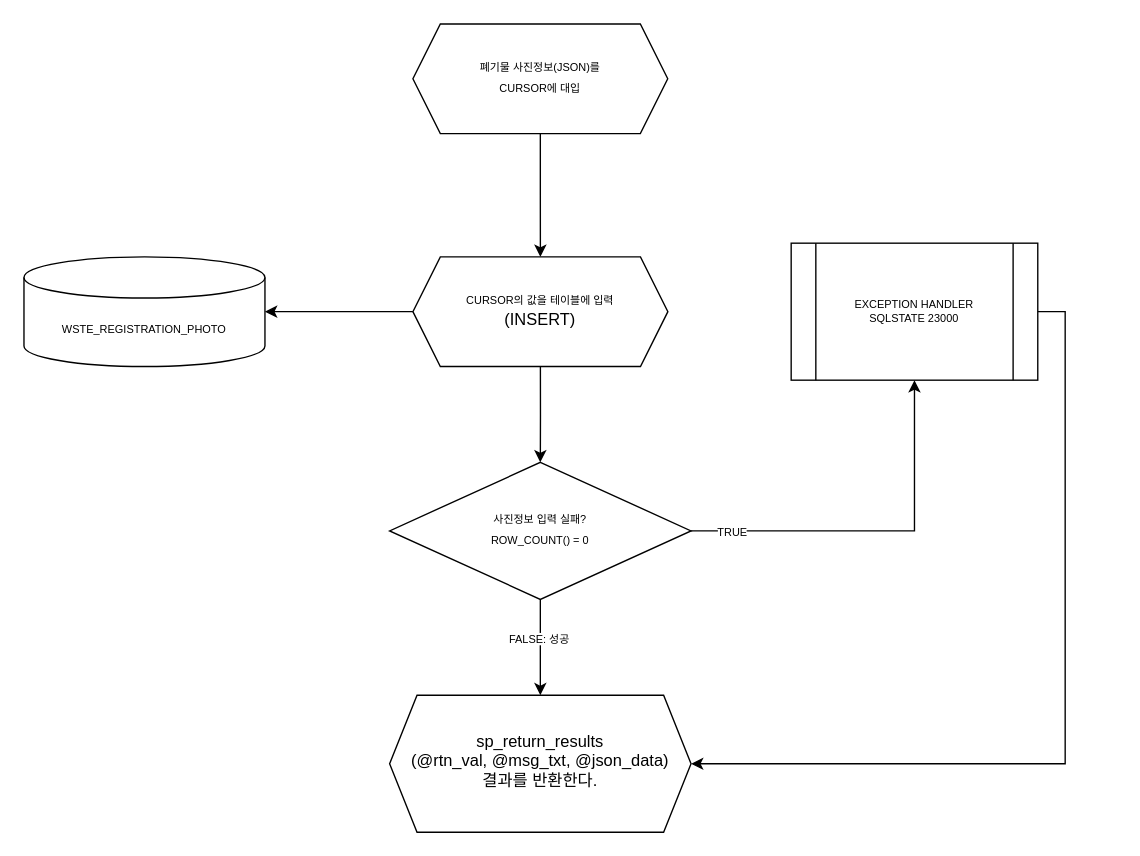
Before: drawio/sp_create_site_wste_photo_information.drawio in Leo-Nam/stored-procedures, a draw.io diagram. Source tidied: cells renumbered, new cells numbered last; positions are measured from the earlier drawing's top-left corner, leaving out a move shared by most shapes. Both pictures are drawn from the tidied source at 137%, with x=0, y=0 at pixel (23, 23).
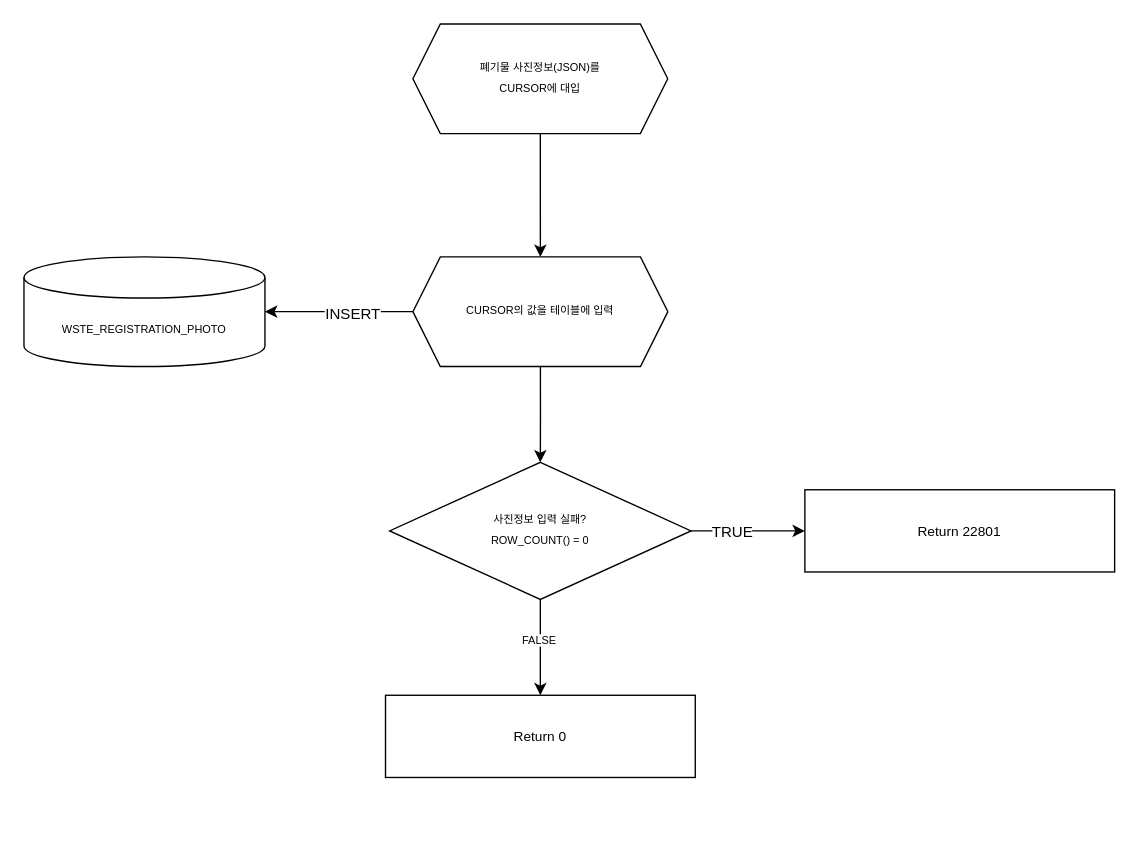
The same page after the edit.

The edit, as a diff of the source:
```diff
@@
 <mxGraphModel>
   <root>
     <mxCell id="0" />
     <mxCell id="1" parent="0" />
     <mxCell id="2" value="&lt;span style=&quot;font-size: 8px&quot;&gt;폐기물 사진정보(JSON)를 &lt;br&gt;CURSOR에 대입&lt;/span&gt;" style="shape=hexagon;perimeter=hexagonPerimeter2;whiteSpace=wrap;html=1;fixedSize=1;shadow=0;strokeWidth=1;spacing=6;spacingTop=-4;" parent="1" vertex="1">
       <mxGeometry x="283.9" width="186" height="80" as="geometry" />
     </mxCell>
     <mxCell id="3" style="edgeStyle=orthogonalEdgeStyle;rounded=0;jettySize=auto;html=1;entryX=0.5;entryY=0;entryDx=0;entryDy=0;exitX=0.5;exitY=1;exitDx=0;exitDy=0;" parent="1" edge="1" source="2" target="5">
       <mxGeometry relative="1" as="geometry" />
     </mxCell>
     <mxCell id="4" style="edgeStyle=orthogonalEdgeStyle;rounded=0;jettySize=auto;html=1;entryX=1;entryY=0.5;entryDx=0;entryDy=0;entryPerimeter=0;fontSize=8;" parent="1" edge="1" source="5" target="7">
       <mxGeometry relative="1" as="geometry" />
     </mxCell>
+    <mxCell id="16" value="INSERT" style="edgeLabel;html=1;align=center;verticalAlign=middle;" parent="4" vertex="1">
+      <mxGeometry x="-0.18" y="1" relative="1" as="geometry" />
+    </mxCell>
-    <mxCell id="5" value="&lt;span style=&quot;font-size: 8px&quot;&gt;CURSOR의 값을 테이블에 입력&lt;br&gt;&lt;/span&gt;(INSERT)" style="shape=hexagon;perimeter=hexagonPerimeter2;whiteSpace=wrap;html=1;fixedSize=1;shadow=0;strokeWidth=1;spacing=6;spacingTop=-4;" parent="1" vertex="1">
+    <mxCell id="5" value="&lt;span style=&quot;font-size: 8px&quot;&gt;CURSOR의 값을 테이블에 입력&lt;/span&gt;" style="shape=hexagon;perimeter=hexagonPerimeter2;whiteSpace=wrap;html=1;fixedSize=1;shadow=0;strokeWidth=1;spacing=6;spacingTop=-4;" parent="1" vertex="1">
       <mxGeometry x="283.9" y="170" width="186.1" height="80" as="geometry" />
     </mxCell>
     <mxCell id="6" style="edgeStyle=orthogonalEdgeStyle;rounded=0;jettySize=auto;html=1;fontSize=8;entryX=0.5;entryY=0;entryDx=0;entryDy=0;exitX=0.5;exitY=1;exitDx=0;exitDy=0;" parent="1" edge="1" source="5" target="12">
       <mxGeometry relative="1" as="geometry" />
     </mxCell>
     <mxCell id="7" value="&lt;span style=&quot;font-size: 8px&quot;&gt;WSTE_REGISTRATION_PHOTO&lt;/span&gt;" style="shape=cylinder3;whiteSpace=wrap;html=1;boundedLbl=1;backgroundOutline=1;size=15;fontSize=8;" parent="1" vertex="1">
       <mxGeometry y="170" width="175.9" height="80" as="geometry" />
     </mxCell>
-    <mxCell id="8" style="edgeStyle=orthogonalEdgeStyle;rounded=0;jettySize=auto;html=1;entryX=0.5;entryY=1;entryDx=0;entryDy=0;fontSize=8;" parent="1" edge="1" source="12" target="14">
-      <mxGeometry relative="1" as="geometry" />
-    </mxCell>
-    <mxCell id="9" value="TRUE" style="edgeLabel;html=1;align=center;verticalAlign=middle;fontSize=8;" parent="8" vertex="1">
-      <mxGeometry x="-0.78" relative="1" as="geometry" />
-    </mxCell>
-    <mxCell id="10" style="edgeStyle=orthogonalEdgeStyle;rounded=0;jettySize=auto;html=1;fontSize=8;" parent="1" edge="1" source="12" target="15">
-      <mxGeometry relative="1" as="geometry" />
+    <mxCell id="10" style="edgeStyle=orthogonalEdgeStyle;rounded=0;jettySize=auto;html=1;fontSize=8;" parent="1" edge="1" source="12">
+      <mxGeometry relative="1" as="geometry">
+        <mxPoint x="376.9" y="490" as="targetPoint" />
+      </mxGeometry>
     </mxCell>
-    <mxCell id="11" value="FALSE: 성공" style="edgeLabel;html=1;align=center;verticalAlign=middle;fontSize=8;" parent="10" vertex="1">
+    <mxCell id="11" value="FALSE" style="edgeLabel;html=1;align=center;verticalAlign=middle;fontSize=8;" parent="10" vertex="1">
       <mxGeometry x="-0.19" y="-1" relative="1" as="geometry" />
     </mxCell>
+    <mxCell id="17" style="edgeStyle=none;html=1;" parent="1" edge="1" source="12" target="19">
+      <mxGeometry relative="1" as="geometry" />
+    </mxCell>
+    <mxCell id="9" value="TRUE" style="edgeLabel;html=1;align=center;verticalAlign=middle;" parent="17" vertex="1">
+      <mxGeometry x="-0.28" relative="1" as="geometry" />
+    </mxCell>
     <mxCell id="12" value="&lt;font style=&quot;font-size: 8px&quot;&gt;사진정보 입력 실패?&lt;br&gt;ROW_COUNT() = 0&lt;/font&gt;" style="rhombus;whiteSpace=wrap;html=1;shadow=0;strokeWidth=1;spacing=6;spacingTop=-4;" parent="1" vertex="1">
       <mxGeometry x="266.9" y="320" width="220" height="100" as="geometry" />
     </mxCell>
-    <mxCell id="13" style="edgeStyle=orthogonalEdgeStyle;rounded=0;jettySize=auto;html=1;entryX=1;entryY=0.5;entryDx=0;entryDy=0;fontSize=8;" parent="1" edge="1" source="14" target="15">
-      <mxGeometry relative="1" as="geometry">
-        <Array as="points">
-          <mxPoint x="760" y="210" />
-          <mxPoint x="760" y="540" />
-        </Array>
-      </mxGeometry>
-    </mxCell>
-    <mxCell id="14" value="EXCEPTION HANDLER&lt;br&gt;SQLSTATE 23000" style="shape=process;whiteSpace=wrap;html=1;backgroundOutline=1;fontSize=8;" parent="1" vertex="1">
-      <mxGeometry x="560" y="160" width="180" height="100" as="geometry" />
-    </mxCell>
-    <mxCell id="15" value="sp_return_results&lt;br&gt;(@rtn_val, @msg_txt, @json_data)&lt;br&gt;결과를 반환한다." style="shape=hexagon;perimeter=hexagonPerimeter2;whiteSpace=wrap;html=1;fixedSize=1;shadow=0;strokeWidth=1;spacing=6;spacingTop=-4;" parent="1" vertex="1">
-      <mxGeometry x="266.9" y="490" width="220" height="100" as="geometry" />
-    </mxCell>
+    <mxCell id="18" value="&lt;span style=&quot;font-size: 10px&quot;&gt;Return 0&lt;/span&gt;" style="rounded=0;whiteSpace=wrap;html=1;" parent="1" vertex="1">
+      <mxGeometry x="263.9" y="490" width="226.1" height="60" as="geometry" />
+    </mxCell>
+    <mxCell id="19" value="&lt;span style=&quot;font-size: 10px&quot;&gt;Return 22801&lt;/span&gt;" style="rounded=0;whiteSpace=wrap;html=1;" parent="1" vertex="1">
+      <mxGeometry x="570" y="340" width="226.1" height="60" as="geometry" />
+    </mxCell>
   </root>
 </mxGraphModel>
```
